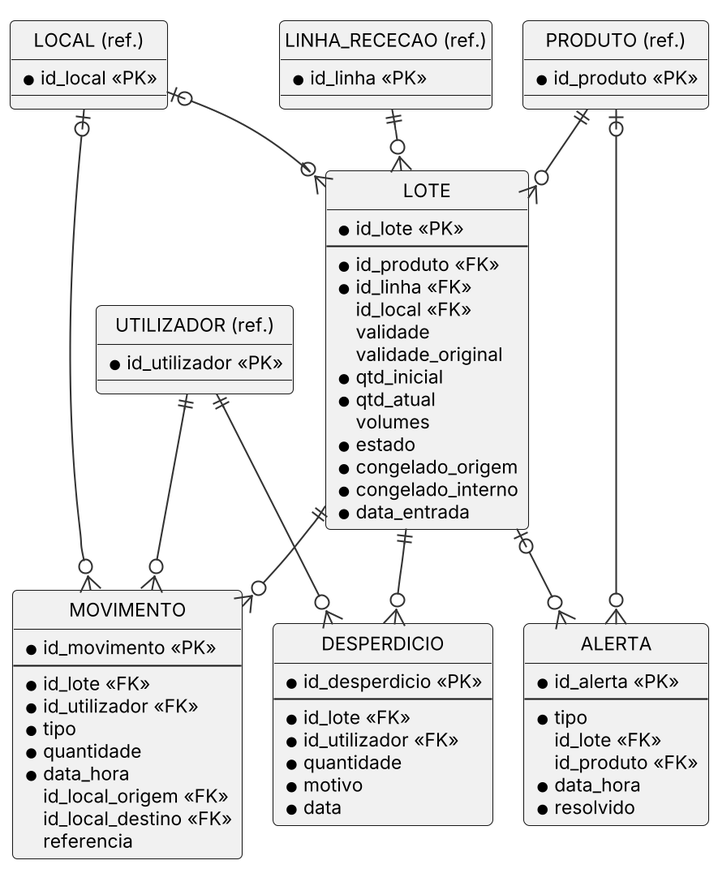
The PlantUML diagram Docs/diagramas/er_stock.png in Miguel31028/GASC, before a commit.
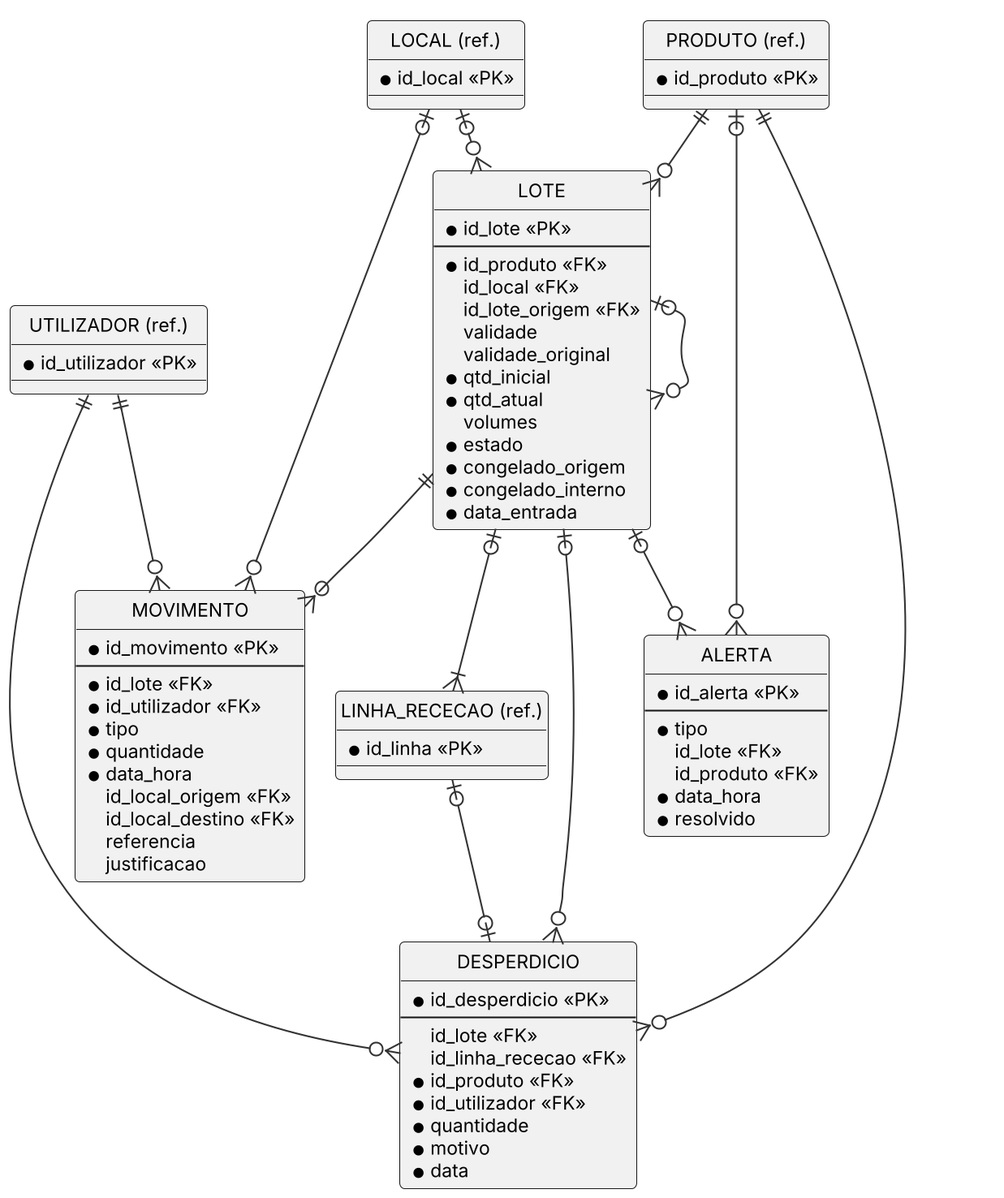
Later version of the same file.

What changed in the source:
```diff
@@ -6,8 +6,8 @@
   * id_lote <<PK>>
   --
   * id_produto <<FK>>
-  * id_linha <<FK>>
   id_local <<FK>>
+  id_lote_origem <<FK>>
   validade
   validade_original
   * qtd_inicial
@@ -29,11 +29,14 @@
   id_local_origem <<FK>>
   id_local_destino <<FK>>
   referencia
+  justificacao
 }
 entity "DESPERDICIO" as DES {
   * id_desperdicio <<PK>>
   --
-  * id_lote <<FK>>
+  id_lote <<FK>>
+  id_linha_rececao <<FK>>
+  * id_produto <<FK>>
   * id_utilizador <<FK>>
   * quantidade
   * motivo
@@ -61,12 +64,15 @@
   * id_utilizador <<PK>>
 }
 PRD ||--o{ LOT
-LR ||--o{ LOT
+LOT |o--|{ LR
+LOT |o--o{ LOT
+LR |o--o| DES
 LOC |o--o{ LOT
 LOT ||--o{ MOV
 UTZ ||--o{ MOV
 LOC |o--o{ MOV
-LOT ||--o{ DES
+LOT |o--o{ DES
+PRD ||--o{ DES
 UTZ ||--o{ DES
 LOT |o--o{ AL
 PRD |o--o{ AL
```
